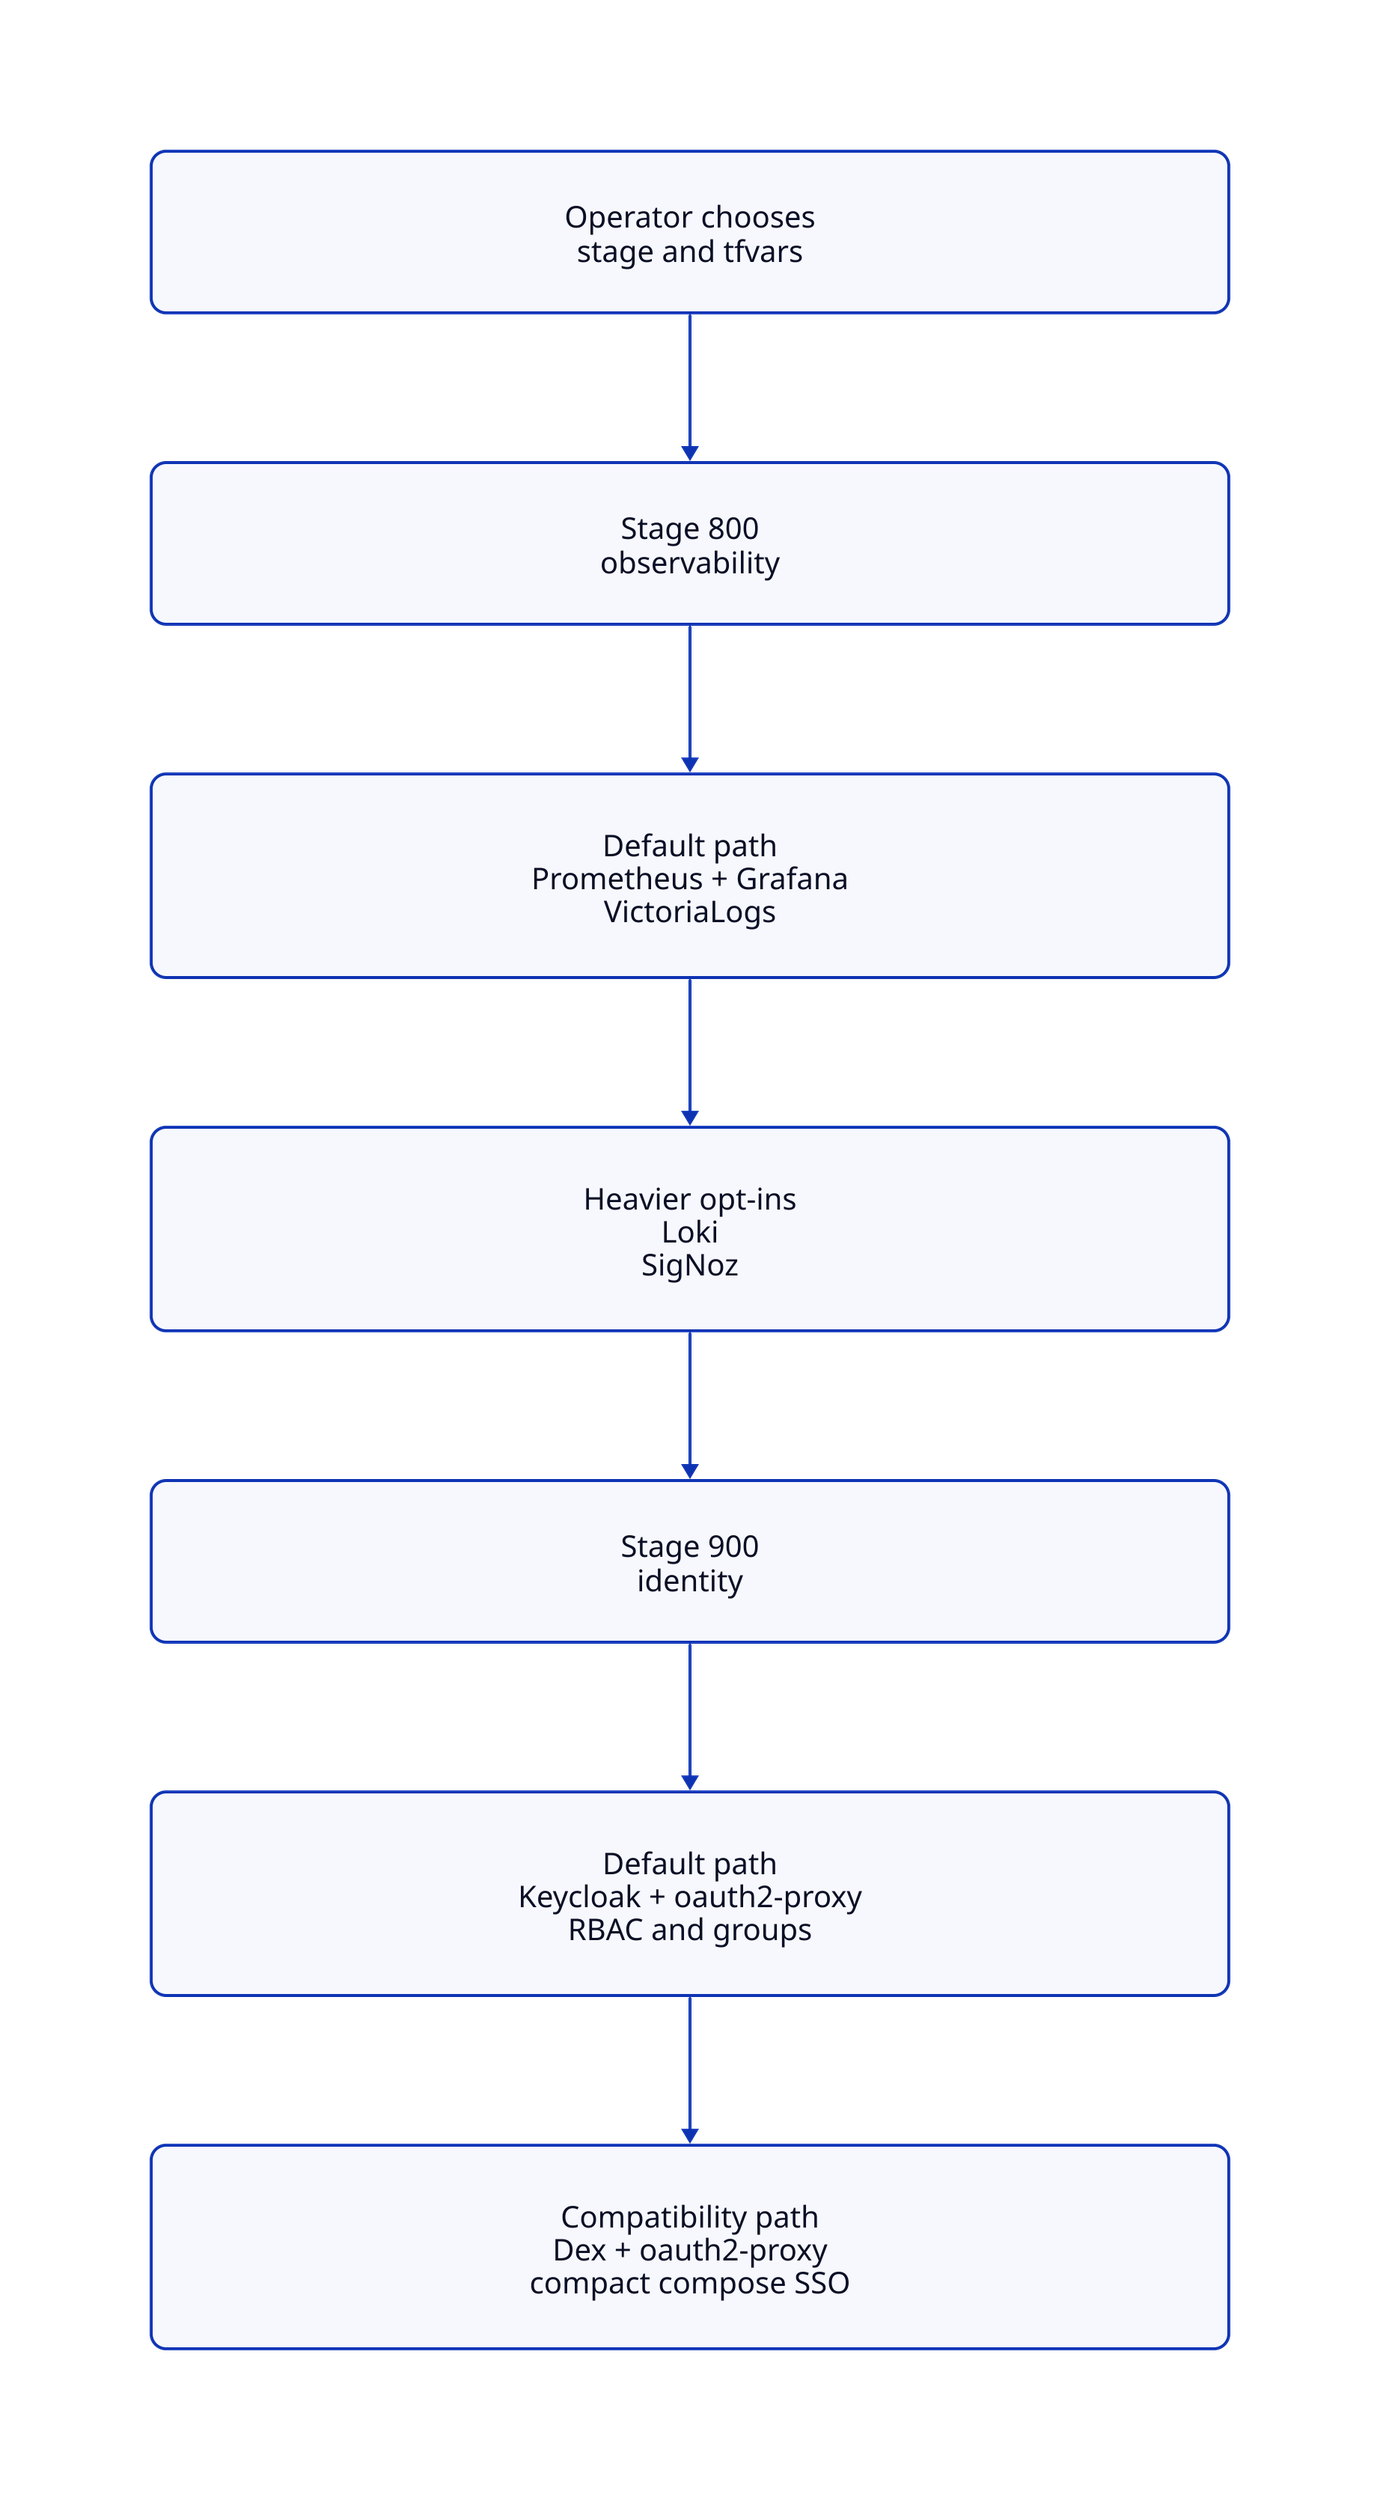
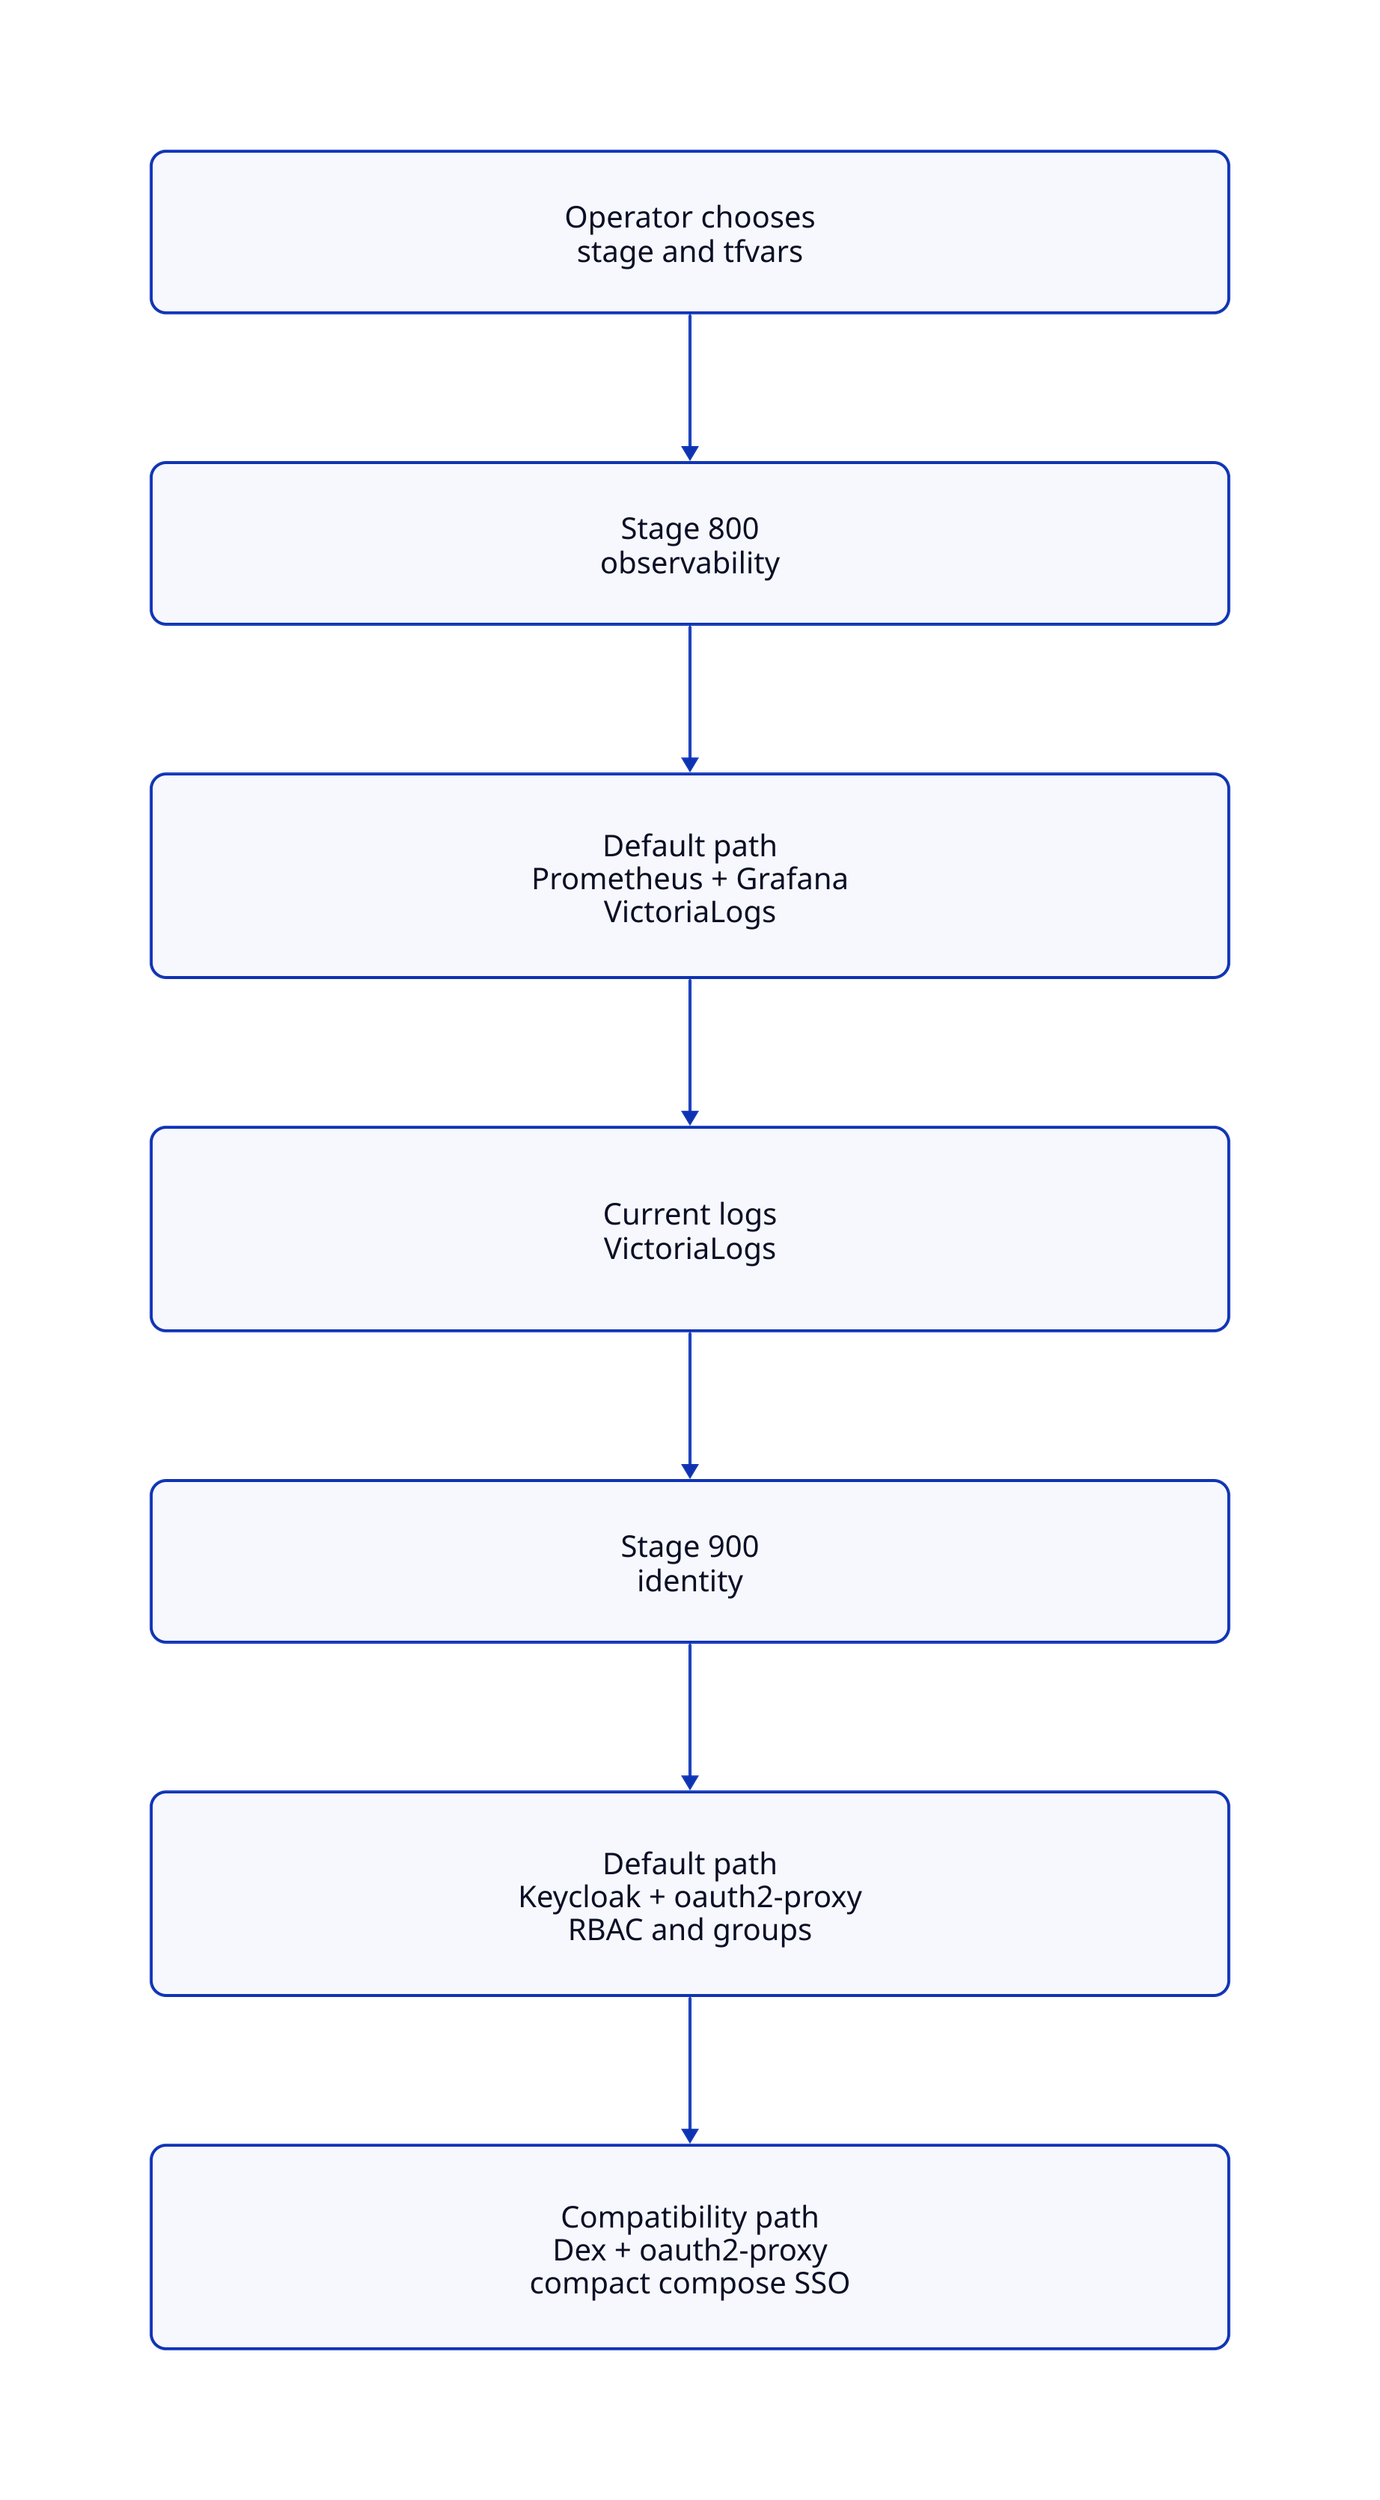
# Source diagram for content/concepts/platform-pathways.mdx.
# @light public/diagrams/generated/concepts-platform-pathways-1-light.svg
# @dark public/diagrams/generated/concepts-platform-pathways-1-dark.svg
# @layout elk
# @pad 64

direction: down

style.fill: transparent

operator: {
  label: "Operator chooses\nstage and tfvars"
  width: 720
  height: 108
  style.font-size: 20
  style.border-radius: 10
}

stage800: {
  label: "Stage 800\nobservability"
  width: 720
  height: 108
  style.font-size: 20
  style.border-radius: 10
}

defaultObs: {
  label: "Default path\nPrometheus + Grafana\nVictoriaLogs"
  width: 720
  height: 136
  style.font-size: 20
  style.border-radius: 10
}

heavierObs: {
-   label: "Heavier opt-ins\nLoki\nSigNoz"
+   label: "Current logs\nVictoriaLogs"
  width: 720
  height: 136
  style.font-size: 20
  style.border-radius: 10
}

stage900: {
  label: "Stage 900\nidentity"
  width: 720
  height: 108
  style.font-size: 20
  style.border-radius: 10
}

keycloak: {
  label: "Default path\nKeycloak + oauth2-proxy\nRBAC and groups"
  width: 720
  height: 136
  style.font-size: 20
  style.border-radius: 10
}

dex: {
  label: "Compatibility path\nDex + oauth2-proxy\ncompact compose SSO"
  width: 720
  height: 136
  style.font-size: 20
  style.border-radius: 10
}

operator -> stage800
stage800 -> defaultObs
defaultObs -> heavierObs
heavierObs -> stage900
stage900 -> keycloak
keycloak -> dex
